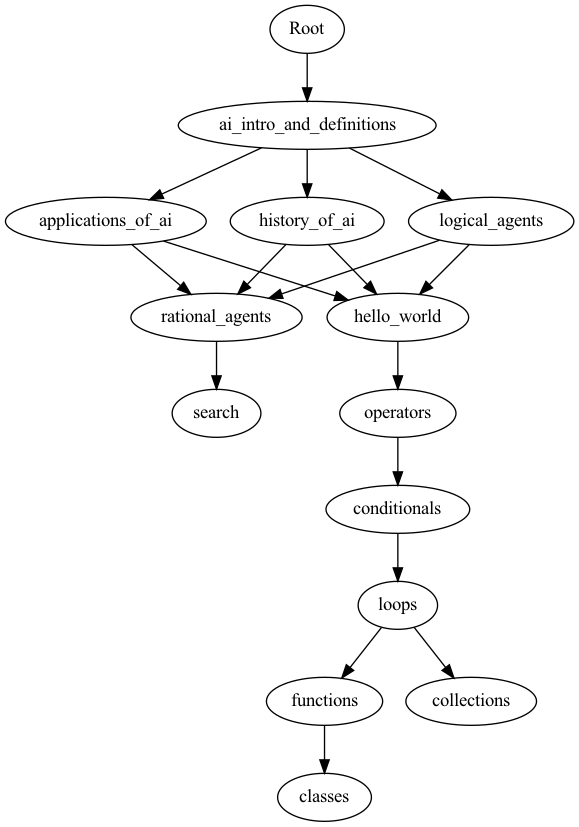
b-castleman/aiphabet-mab-tutoring keeps this Graphviz diagram as day1_tree.gv.png. Above is the earlier version. Its source is kept beside it as day1_tree.gv.
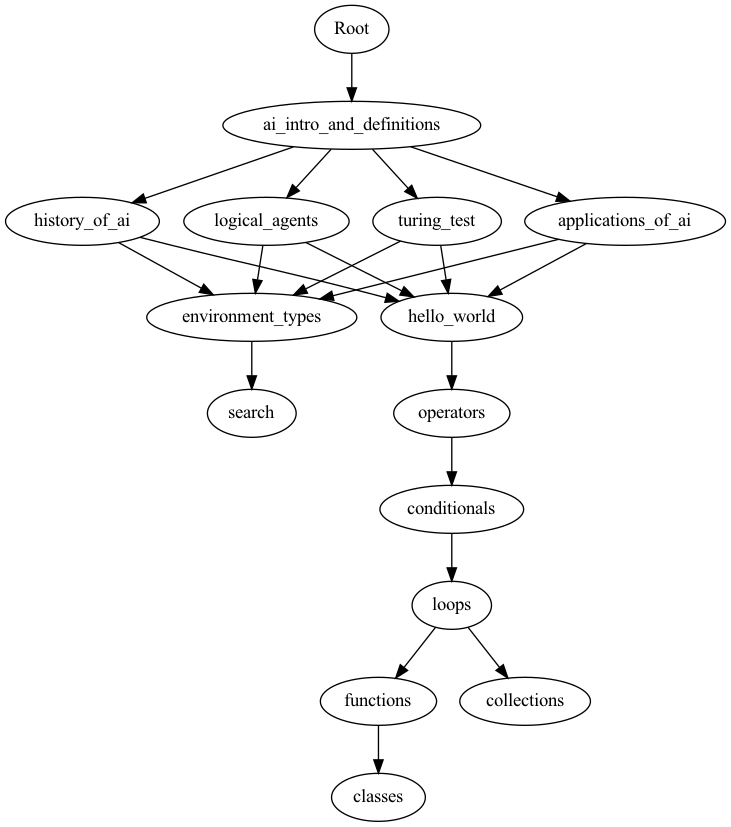
Above is the later version.

Diff of the diagram source:
```diff
@@ -1,16 +1,40 @@
 strict digraph {
 	ai_intro_and_definitions [label=ai_intro_and_definitions]
 	Root -> ai_intro_and_definitions [contraint=true]
+	ai_intro_and_definitions -> turing_test [contraint=true]
 	ai_intro_and_definitions -> applications_of_ai [contraint=true]
 	ai_intro_and_definitions -> history_of_ai [contraint=true]
 	ai_intro_and_definitions -> logical_agents [contraint=true]
-	applications_of_ai -> rational_agents [contraint=true]
+	applications_of_ai -> environment_types [contraint=true]
 	applications_of_ai -> hello_world [contraint=true]
-	history_of_ai -> rational_agents [contraint=true]
+	history_of_ai -> environment_types [contraint=true]
 	history_of_ai -> hello_world [contraint=true]
-	logical_agents -> rational_agents [contraint=true]
+	logical_agents -> environment_types [contraint=true]
 	logical_agents -> hello_world [contraint=true]
-	rational_agents -> search [contraint=true]
+	turing_test -> environment_types [contraint=true]
+	turing_test -> hello_world [contraint=true]
+	environment_types -> search [contraint=true]
+	hello_world -> operators [contraint=true]
+	operators -> conditionals [contraint=true]
+	conditionals -> loops [contraint=true]
+	loops -> functions [contraint=true]
+	loops -> collections [contraint=true]
+	functions -> classes [contraint=true]
+	turing_test [label=turing_test]
+	Root -> ai_intro_and_definitions [contraint=true]
+	ai_intro_and_definitions -> turing_test [contraint=true]
+	ai_intro_and_definitions -> applications_of_ai [contraint=true]
+	ai_intro_and_definitions -> history_of_ai [contraint=true]
+	ai_intro_and_definitions -> logical_agents [contraint=true]
+	applications_of_ai -> environment_types [contraint=true]
+	applications_of_ai -> hello_world [contraint=true]
+	history_of_ai -> environment_types [contraint=true]
+	history_of_ai -> hello_world [contraint=true]
+	logical_agents -> environment_types [contraint=true]
+	logical_agents -> hello_world [contraint=true]
+	turing_test -> environment_types [contraint=true]
+	turing_test -> hello_world [contraint=true]
+	environment_types -> search [contraint=true]
 	hello_world -> operators [contraint=true]
 	operators -> conditionals [contraint=true]
 	conditionals -> loops [contraint=true]
@@ -19,16 +43,19 @@
 	functions -> classes [contraint=true]
 	applications_of_ai [label=applications_of_ai]
 	Root -> ai_intro_and_definitions [contraint=true]
+	ai_intro_and_definitions -> turing_test [contraint=true]
 	ai_intro_and_definitions -> applications_of_ai [contraint=true]
 	ai_intro_and_definitions -> history_of_ai [contraint=true]
 	ai_intro_and_definitions -> logical_agents [contraint=true]
-	applications_of_ai -> rational_agents [contraint=true]
+	applications_of_ai -> environment_types [contraint=true]
 	applications_of_ai -> hello_world [contraint=true]
-	history_of_ai -> rational_agents [contraint=true]
+	history_of_ai -> environment_types [contraint=true]
 	history_of_ai -> hello_world [contraint=true]
-	logical_agents -> rational_agents [contraint=true]
+	logical_agents -> environment_types [contraint=true]
 	logical_agents -> hello_world [contraint=true]
-	rational_agents -> search [contraint=true]
+	turing_test -> environment_types [contraint=true]
+	turing_test -> hello_world [contraint=true]
+	environment_types -> search [contraint=true]
 	hello_world -> operators [contraint=true]
 	operators -> conditionals [contraint=true]
 	conditionals -> loops [contraint=true]
@@ -37,16 +64,19 @@
 	functions -> classes [contraint=true]
 	history_of_ai [label=history_of_ai]
 	Root -> ai_intro_and_definitions [contraint=true]
+	ai_intro_and_definitions -> turing_test [contraint=true]
 	ai_intro_and_definitions -> applications_of_ai [contraint=true]
 	ai_intro_and_definitions -> history_of_ai [contraint=true]
 	ai_intro_and_definitions -> logical_agents [contraint=true]
-	applications_of_ai -> rational_agents [contraint=true]
+	applications_of_ai -> environment_types [contraint=true]
 	applications_of_ai -> hello_world [contraint=true]
-	history_of_ai -> rational_agents [contraint=true]
+	history_of_ai -> environment_types [contraint=true]
 	history_of_ai -> hello_world [contraint=true]
-	logical_agents -> rational_agents [contraint=true]
+	logical_agents -> environment_types [contraint=true]
 	logical_agents -> hello_world [contraint=true]
-	rational_agents -> search [contraint=true]
+	turing_test -> environment_types [contraint=true]
+	turing_test -> hello_world [contraint=true]
+	environment_types -> search [contraint=true]
 	hello_world -> operators [contraint=true]
 	operators -> conditionals [contraint=true]
 	conditionals -> loops [contraint=true]
@@ -55,34 +85,40 @@
 	functions -> classes [contraint=true]
 	logical_agents [label=logical_agents]
 	Root -> ai_intro_and_definitions [contraint=true]
+	ai_intro_and_definitions -> turing_test [contraint=true]
 	ai_intro_and_definitions -> applications_of_ai [contraint=true]
 	ai_intro_and_definitions -> history_of_ai [contraint=true]
 	ai_intro_and_definitions -> logical_agents [contraint=true]
-	applications_of_ai -> rational_agents [contraint=true]
+	applications_of_ai -> environment_types [contraint=true]
 	applications_of_ai -> hello_world [contraint=true]
-	history_of_ai -> rational_agents [contraint=true]
+	history_of_ai -> environment_types [contraint=true]
 	history_of_ai -> hello_world [contraint=true]
-	logical_agents -> rational_agents [contraint=true]
+	logical_agents -> environment_types [contraint=true]
 	logical_agents -> hello_world [contraint=true]
-	rational_agents -> search [contraint=true]
+	turing_test -> environment_types [contraint=true]
+	turing_test -> hello_world [contraint=true]
+	environment_types -> search [contraint=true]
 	hello_world -> operators [contraint=true]
 	operators -> conditionals [contraint=true]
 	conditionals -> loops [contraint=true]
 	loops -> functions [contraint=true]
 	loops -> collections [contraint=true]
 	functions -> classes [contraint=true]
-	rational_agents [label=rational_agents]
+	environment_types [label=environment_types]
 	Root -> ai_intro_and_definitions [contraint=true]
+	ai_intro_and_definitions -> turing_test [contraint=true]
 	ai_intro_and_definitions -> applications_of_ai [contraint=true]
 	ai_intro_and_definitions -> history_of_ai [contraint=true]
 	ai_intro_and_definitions -> logical_agents [contraint=true]
-	applications_of_ai -> rational_agents [contraint=true]
+	applications_of_ai -> environment_types [contraint=true]
 	applications_of_ai -> hello_world [contraint=true]
-	history_of_ai -> rational_agents [contraint=true]
+	history_of_ai -> environment_types [contraint=true]
 	history_of_ai -> hello_world [contraint=true]
-	logical_agents -> rational_agents [contraint=true]
+	logical_agents -> environment_types [contraint=true]
 	logical_agents -> hello_world [contraint=true]
-	rational_agents -> search [contraint=true]
+	turing_test -> environment_types [contraint=true]
+	turing_test -> hello_world [contraint=true]
+	environment_types -> search [contraint=true]
 	hello_world -> operators [contraint=true]
 	operators -> conditionals [contraint=true]
 	conditionals -> loops [contraint=true]
@@ -91,16 +127,19 @@
 	functions -> classes [contraint=true]
 	search [label=search]
 	Root -> ai_intro_and_definitions [contraint=true]
+	ai_intro_and_definitions -> turing_test [contraint=true]
 	ai_intro_and_definitions -> applications_of_ai [contraint=true]
 	ai_intro_and_definitions -> history_of_ai [contraint=true]
 	ai_intro_and_definitions -> logical_agents [contraint=true]
-	applications_of_ai -> rational_agents [contraint=true]
+	applications_of_ai -> environment_types [contraint=true]
 	applications_of_ai -> hello_world [contraint=true]
-	history_of_ai -> rational_agents [contraint=true]
+	history_of_ai -> environment_types [contraint=true]
 	history_of_ai -> hello_world [contraint=true]
-	logical_agents -> rational_agents [contraint=true]
+	logical_agents -> environment_types [contraint=true]
 	logical_agents -> hello_world [contraint=true]
-	rational_agents -> search [contraint=true]
+	turing_test -> environment_types [contraint=true]
+	turing_test -> hello_world [contraint=true]
+	environment_types -> search [contraint=true]
 	hello_world -> operators [contraint=true]
 	operators -> conditionals [contraint=true]
 	conditionals -> loops [contraint=true]
@@ -109,16 +148,19 @@
 	functions -> classes [contraint=true]
 	hello_world [label=hello_world]
 	Root -> ai_intro_and_definitions [contraint=true]
+	ai_intro_and_definitions -> turing_test [contraint=true]
 	ai_intro_and_definitions -> applications_of_ai [contraint=true]
 	ai_intro_and_definitions -> history_of_ai [contraint=true]
 	ai_intro_and_definitions -> logical_agents [contraint=true]
-	applications_of_ai -> rational_agents [contraint=true]
+	applications_of_ai -> environment_types [contraint=true]
 	applications_of_ai -> hello_world [contraint=true]
-	history_of_ai -> rational_agents [contraint=true]
+	history_of_ai -> environment_types [contraint=true]
 	history_of_ai -> hello_world [contraint=true]
-	logical_agents -> rational_agents [contraint=true]
+	logical_agents -> environment_types [contraint=true]
 	logical_agents -> hello_world [contraint=true]
-	rational_agents -> search [contraint=true]
+	turing_test -> environment_types [contraint=true]
+	turing_test -> hello_world [contraint=true]
+	environment_types -> search [contraint=true]
 	hello_world -> operators [contraint=true]
 	operators -> conditionals [contraint=true]
 	conditionals -> loops [contraint=true]
@@ -127,16 +169,19 @@
 	functions -> classes [contraint=true]
 	operators [label=operators]
 	Root -> ai_intro_and_definitions [contraint=true]
+	ai_intro_and_definitions -> turing_test [contraint=true]
 	ai_intro_and_definitions -> applications_of_ai [contraint=true]
 	ai_intro_and_definitions -> history_of_ai [contraint=true]
 	ai_intro_and_definitions -> logical_agents [contraint=true]
-	applications_of_ai -> rational_agents [contraint=true]
+	applications_of_ai -> environment_types [contraint=true]
 	applications_of_ai -> hello_world [contraint=true]
-	history_of_ai -> rational_agents [contraint=true]
+	history_of_ai -> environment_types [contraint=true]
 	history_of_ai -> hello_world [contraint=true]
-	logical_agents -> rational_agents [contraint=true]
+	logical_agents -> environment_types [contraint=true]
 	logical_agents -> hello_world [contraint=true]
-	rational_agents -> search [contraint=true]
+	turing_test -> environment_types [contraint=true]
+	turing_test -> hello_world [contraint=true]
+	environment_types -> search [contraint=true]
 	hello_world -> operators [contraint=true]
 	operators -> conditionals [contraint=true]
 	conditionals -> loops [contraint=true]
@@ -145,16 +190,19 @@
 	functions -> classes [contraint=true]
 	conditionals [label=conditionals]
 	Root -> ai_intro_and_definitions [contraint=true]
+	ai_intro_and_definitions -> turing_test [contraint=true]
 	ai_intro_and_definitions -> applications_of_ai [contraint=true]
 	ai_intro_and_definitions -> history_of_ai [contraint=true]
 	ai_intro_and_definitions -> logical_agents [contraint=true]
-	applications_of_ai -> rational_agents [contraint=true]
+	applications_of_ai -> environment_types [contraint=true]
 	applications_of_ai -> hello_world [contraint=true]
-	history_of_ai -> rational_agents [contraint=true]
+	history_of_ai -> environment_types [contraint=true]
 	history_of_ai -> hello_world [contraint=true]
-	logical_agents -> rational_agents [contraint=true]
+	logical_agents -> environment_types [contraint=true]
 	logical_agents -> hello_world [contraint=true]
-	rational_agents -> search [contraint=true]
+	turing_test -> environment_types [contraint=true]
+	turing_test -> hello_world [contraint=true]
+	environment_types -> search [contraint=true]
 	hello_world -> operators [contraint=true]
 	operators -> conditionals [contraint=true]
 	conditionals -> loops [contraint=true]
@@ -163,16 +211,19 @@
 	functions -> classes [contraint=true]
 	collections [label=collections]
 	Root -> ai_intro_and_definitions [contraint=true]
+	ai_intro_and_definitions -> turing_test [contraint=true]
 	ai_intro_and_definitions -> applications_of_ai [contraint=true]
 	ai_intro_and_definitions -> history_of_ai [contraint=true]
 	ai_intro_and_definitions -> logical_agents [contraint=true]
-	applications_of_ai -> rational_agents [contraint=true]
+	applications_of_ai -> environment_types [contraint=true]
 	applications_of_ai -> hello_world [contraint=true]
-	history_of_ai -> rational_agents [contraint=true]
+	history_of_ai -> environment_types [contraint=true]
 	history_of_ai -> hello_world [contraint=true]
-	logical_agents -> rational_agents [contraint=true]
+	logical_agents -> environment_types [contraint=true]
 	logical_agents -> hello_world [contraint=true]
-	rational_agents -> search [contraint=true]
+	turing_test -> environment_types [contraint=true]
+	turing_test -> hello_world [contraint=true]
+	environment_types -> search [contraint=true]
 	hello_world -> operators [contraint=true]
 	operators -> conditionals [contraint=true]
 	conditionals -> loops [contraint=true]
@@ -181,16 +232,19 @@
 	functions -> classes [contraint=true]
 	loops [label=loops]
 	Root -> ai_intro_and_definitions [contraint=true]
+	ai_intro_and_definitions -> turing_test [contraint=true]
 	ai_intro_and_definitions -> applications_of_ai [contraint=true]
 	ai_intro_and_definitions -> history_of_ai [contraint=true]
 	ai_intro_and_definitions -> logical_agents [contraint=true]
-	applications_of_ai -> rational_agents [contraint=true]
+	applications_of_ai -> environment_types [contraint=true]
 	applications_of_ai -> hello_world [contraint=true]
-	history_of_ai -> rational_agents [contraint=true]
+	history_of_ai -> environment_types [contraint=true]
 	history_of_ai -> hello_world [contraint=true]
-	logical_agents -> rational_agents [contraint=true]
+	logical_agents -> environment_types [contraint=true]
 	logical_agents -> hello_world [contraint=true]
-	rational_agents -> search [contraint=true]
+	turing_test -> environment_types [contraint=true]
+	turing_test -> hello_world [contraint=true]
+	environment_types -> search [contraint=true]
 	hello_world -> operators [contraint=true]
 	operators -> conditionals [contraint=true]
 	conditionals -> loops [contraint=true]
@@ -199,16 +253,19 @@
 	functions -> classes [contraint=true]
 	functions [label=functions]
 	Root -> ai_intro_and_definitions [contraint=true]
+	ai_intro_and_definitions -> turing_test [contraint=true]
 	ai_intro_and_definitions -> applications_of_ai [contraint=true]
 	ai_intro_and_definitions -> history_of_ai [contraint=true]
 	ai_intro_and_definitions -> logical_agents [contraint=true]
-	applications_of_ai -> rational_agents [contraint=true]
+	applications_of_ai -> environment_types [contraint=true]
 	applications_of_ai -> hello_world [contraint=true]
-	history_of_ai -> rational_agents [contraint=true]
+	history_of_ai -> environment_types [contraint=true]
 	history_of_ai -> hello_world [contraint=true]
-	logical_agents -> rational_agents [contraint=true]
+	logical_agents -> environment_types [contraint=true]
 	logical_agents -> hello_world [contraint=true]
-	rational_agents -> search [contraint=true]
+	turing_test -> environment_types [contraint=true]
+	turing_test -> hello_world [contraint=true]
+	environment_types -> search [contraint=true]
 	hello_world -> operators [contraint=true]
 	operators -> conditionals [contraint=true]
 	conditionals -> loops [contraint=true]
@@ -217,16 +274,19 @@
 	functions -> classes [contraint=true]
 	classes [label=classes]
 	Root -> ai_intro_and_definitions [contraint=true]
+	ai_intro_and_definitions -> turing_test [contraint=true]
 	ai_intro_and_definitions -> applications_of_ai [contraint=true]
 	ai_intro_and_definitions -> history_of_ai [contraint=true]
 	ai_intro_and_definitions -> logical_agents [contraint=true]
-	applications_of_ai -> rational_agents [contraint=true]
+	applications_of_ai -> environment_types [contraint=true]
 	applications_of_ai -> hello_world [contraint=true]
-	history_of_ai -> rational_agents [contraint=true]
+	history_of_ai -> environment_types [contraint=true]
 	history_of_ai -> hello_world [contraint=true]
-	logical_agents -> rational_agents [contraint=true]
+	logical_agents -> environment_types [contraint=true]
 	logical_agents -> hello_world [contraint=true]
-	rational_agents -> search [contraint=true]
+	turing_test -> environment_types [contraint=true]
+	turing_test -> hello_world [contraint=true]
+	environment_types -> search [contraint=true]
 	hello_world -> operators [contraint=true]
 	operators -> conditionals [contraint=true]
 	conditionals -> loops [contraint=true]
```
